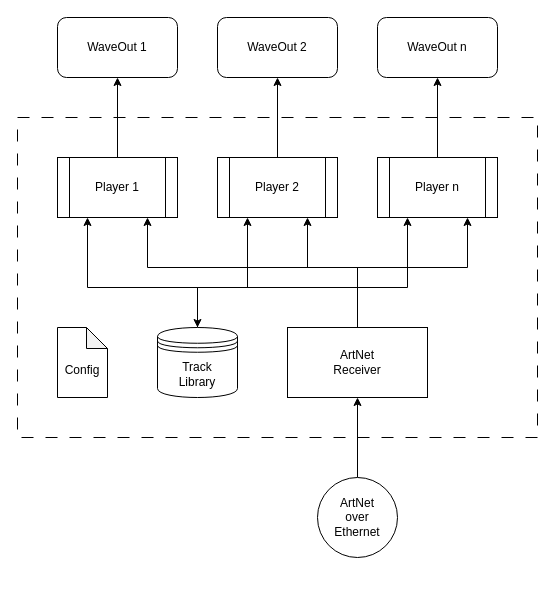
100prznt/ArtNetEventPlayer keeps this draw.io diagram as docu/overview.drawio. Above is the earlier version. Source tidied: cells renumbered, new cells numbered last; positions are measured from the earlier drawing's top-left corner, leaving out a move shared by most shapes. Both pictures are drawn from the tidied source at 100%, with x=0, y=0 at pixel (17, 17). Pictures stored in the file or linked from it are replaced by grey dashed boxes.
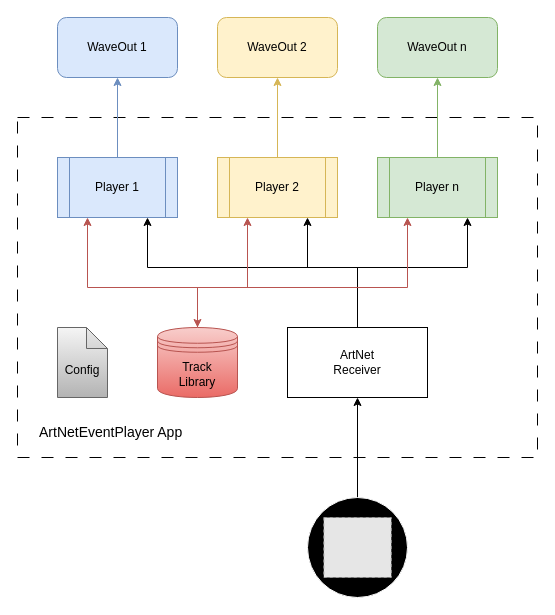
After the change.

Change to the diagram source:
```diff
@@
+    <mxCell id="21" style="whiteSpace=wrap;html=1;fillColor=none;dashed=1;dashPattern=12 12;" parent="1" vertex="1">
+      <mxGeometry y="100" width="520" height="340" as="geometry" />
+    </mxCell>
@@
-    <mxCell id="6" style="edgeStyle=orthogonalEdgeStyle;rounded=0;jettySize=auto;html=1;entryX=0.5;entryY=1;entryDx=0;entryDy=0;" parent="1" edge="1" source="7" target="18">
+    <mxCell id="6" style="edgeStyle=orthogonalEdgeStyle;rounded=0;jettySize=auto;html=1;entryX=0.5;entryY=1;entryDx=0;entryDy=0;fillColor=#dae8fc;gradientColor=#7ea6e0;strokeColor=#6c8ebf;" parent="1" edge="1" source="7" target="18">
       <mxGeometry relative="1" as="geometry" />
     </mxCell>
-    <mxCell id="7" value="Player 1" style="shape=process;whiteSpace=wrap;html=1;backgroundOutline=1;" parent="1" vertex="1">
+    <mxCell id="7" value="Player 1" style="shape=process;whiteSpace=wrap;html=1;backgroundOutline=1;fillColor=#dae8fc;strokeColor=#6c8ebf;" parent="1" vertex="1">
       <mxGeometry x="40" y="140" width="120" height="60" as="geometry" />
     </mxCell>
-    <mxCell id="8" style="edgeStyle=orthogonalEdgeStyle;rounded=0;jettySize=auto;html=1;entryX=0.25;entryY=1;entryDx=0;entryDy=0;" parent="1" edge="1" source="11" target="13">
+    <mxCell id="8" style="edgeStyle=orthogonalEdgeStyle;rounded=0;jettySize=auto;html=1;entryX=0.25;entryY=1;entryDx=0;entryDy=0;fillColor=#f8cecc;gradientColor=#ea6b66;strokeColor=#b85450;" parent="1" edge="1" source="11" target="13">
       <mxGeometry relative="1" as="geometry">
         <Array as="points">
           <mxPoint x="180" y="270" />
           <mxPoint x="230" y="270" />
         </Array>
       </mxGeometry>
     </mxCell>
-    <mxCell id="9" style="edgeStyle=orthogonalEdgeStyle;rounded=0;jettySize=auto;html=1;entryX=0.25;entryY=1;entryDx=0;entryDy=0;" parent="1" edge="1" source="11" target="7">
+    <mxCell id="9" style="edgeStyle=orthogonalEdgeStyle;rounded=0;jettySize=auto;html=1;entryX=0.25;entryY=1;entryDx=0;entryDy=0;fillColor=#f8cecc;gradientColor=#ea6b66;strokeColor=#b85450;" parent="1" edge="1" source="11" target="7">
       <mxGeometry relative="1" as="geometry">
         <Array as="points">
           <mxPoint x="180" y="270" />
           <mxPoint x="70" y="270" />
         </Array>
       </mxGeometry>
     </mxCell>
-    <mxCell id="10" style="edgeStyle=orthogonalEdgeStyle;rounded=0;jettySize=auto;html=1;entryX=0.25;entryY=1;entryDx=0;entryDy=0;startArrow=classic;startFill=1;" parent="1" edge="1" source="11" target="15">
+    <mxCell id="10" style="edgeStyle=orthogonalEdgeStyle;rounded=0;jettySize=auto;html=1;entryX=0.25;entryY=1;entryDx=0;entryDy=0;startArrow=classic;startFill=1;fillColor=#f8cecc;gradientColor=#ea6b66;strokeColor=#b85450;" parent="1" edge="1" source="11" target="15">
       <mxGeometry relative="1" as="geometry">
         <Array as="points">
           <mxPoint x="180" y="270" />
           <mxPoint x="390" y="270" />
         </Array>
       </mxGeometry>
     </mxCell>
-    <mxCell id="11" value="Track&lt;div&gt;Library&lt;/div&gt;" style="shape=datastore;whiteSpace=wrap;html=1;" parent="1" vertex="1">
+    <mxCell id="11" value="Track&lt;div&gt;Library&lt;/div&gt;" style="shape=datastore;whiteSpace=wrap;html=1;fillColor=#f8cecc;gradientColor=#ea6b66;strokeColor=#b85450;" parent="1" vertex="1">
       <mxGeometry x="140" y="310" width="80" height="70" as="geometry" />
     </mxCell>
-    <mxCell id="12" style="edgeStyle=orthogonalEdgeStyle;rounded=0;jettySize=auto;html=1;entryX=0.5;entryY=1;entryDx=0;entryDy=0;" parent="1" edge="1" source="13" target="19">
+    <mxCell id="12" style="edgeStyle=orthogonalEdgeStyle;rounded=0;jettySize=auto;html=1;entryX=0.5;entryY=1;entryDx=0;entryDy=0;fillColor=#fff2cc;gradientColor=#ffd966;strokeColor=#d6b656;" parent="1" edge="1" source="13" target="19">
       <mxGeometry relative="1" as="geometry" />
     </mxCell>
-    <mxCell id="13" value="Player 2" style="shape=process;whiteSpace=wrap;html=1;backgroundOutline=1;" parent="1" vertex="1">
+    <mxCell id="13" value="Player 2" style="shape=process;whiteSpace=wrap;html=1;backgroundOutline=1;fillColor=#fff2cc;strokeColor=#d6b656;" parent="1" vertex="1">
       <mxGeometry x="200" y="140" width="120" height="60" as="geometry" />
     </mxCell>
-    <mxCell id="14" style="edgeStyle=orthogonalEdgeStyle;rounded=0;jettySize=auto;html=1;entryX=0.5;entryY=1;entryDx=0;entryDy=0;" parent="1" edge="1" source="15" target="20">
+    <mxCell id="14" style="edgeStyle=orthogonalEdgeStyle;rounded=0;jettySize=auto;html=1;entryX=0.5;entryY=1;entryDx=0;entryDy=0;fillColor=#d5e8d4;gradientColor=#97d077;strokeColor=#82b366;" parent="1" edge="1" source="15" target="20">
       <mxGeometry relative="1" as="geometry" />
     </mxCell>
-    <mxCell id="15" value="Player n" style="shape=process;whiteSpace=wrap;html=1;backgroundOutline=1;" parent="1" vertex="1">
+    <mxCell id="15" value="Player n" style="shape=process;whiteSpace=wrap;html=1;backgroundOutline=1;fillColor=#d5e8d4;strokeColor=#82b366;" parent="1" vertex="1">
       <mxGeometry x="360" y="140" width="120" height="60" as="geometry" />
     </mxCell>
@@
-    <mxCell id="17" value="ArtNet&lt;div&gt;over&lt;/div&gt;&lt;div&gt;Ethernet&lt;/div&gt;" style="ellipse;whiteSpace=wrap;html=1;" parent="1" vertex="1">
-      <mxGeometry x="300" y="460" width="80" height="80" as="geometry" />
+    <mxCell id="17" style="ellipse;whiteSpace=wrap;html=1;fillStyle=solid;fillColor=#000000;gradientColor=none;strokeColor=#FFFFFF;" parent="1" vertex="1">
+      <mxGeometry x="290" y="480" width="100" height="100" as="geometry" />
     </mxCell>
-    <mxCell id="18" value="WaveOut 1" style="rounded=1;whiteSpace=wrap;html=1;" parent="1" vertex="1">
+    <mxCell id="18" value="WaveOut 1" style="rounded=1;whiteSpace=wrap;html=1;fillColor=#dae8fc;strokeColor=#6c8ebf;" parent="1" vertex="1">
       <mxGeometry x="40" width="120" height="60" as="geometry" />
     </mxCell>
-    <mxCell id="19" value="WaveOut 2" style="rounded=1;whiteSpace=wrap;html=1;" parent="1" vertex="1">
+    <mxCell id="19" value="WaveOut 2" style="rounded=1;whiteSpace=wrap;html=1;fillColor=#fff2cc;strokeColor=#d6b656;" parent="1" vertex="1">
       <mxGeometry x="200" width="120" height="60" as="geometry" />
     </mxCell>
-    <mxCell id="20" value="WaveOut n" style="rounded=1;whiteSpace=wrap;html=1;" parent="1" vertex="1">
+    <mxCell id="20" value="WaveOut n" style="rounded=1;whiteSpace=wrap;html=1;fillColor=#d5e8d4;strokeColor=#82b366;" parent="1" vertex="1">
       <mxGeometry x="360" width="120" height="60" as="geometry" />
     </mxCell>
-    <mxCell id="21" style="whiteSpace=wrap;html=1;fillColor=none;dashed=1;dashPattern=12 12;" parent="1" vertex="1">
-      <mxGeometry y="100" width="520" height="320" as="geometry" />
-    </mxCell>
-    <mxCell id="22" value="&lt;div&gt;&lt;br&gt;&lt;/div&gt;&lt;div&gt;Config&lt;/div&gt;" style="shape=note;whiteSpace=wrap;html=1;backgroundOutline=1;darkOpacity=0.05;size=21;" parent="1" vertex="1">
+    <mxCell id="22" value="&lt;div&gt;&lt;br&gt;&lt;/div&gt;&lt;div&gt;Config&lt;/div&gt;" style="shape=note;whiteSpace=wrap;html=1;backgroundOutline=1;darkOpacity=0.05;size=21;fillColor=#f5f5f5;gradientColor=#b3b3b3;strokeColor=#666666;" parent="1" vertex="1">
       <mxGeometry x="40" y="310" width="50" height="70" as="geometry" />
     </mxCell>
+    <mxCell id="23" style="fillColor=#E6E6E6;strokeColor=#999999;dashed=1;verticalLabelPosition=bottom;labelBackgroundColor=default;verticalAlign=top;" parent="1" vertex="1">
+      <mxGeometry x="306.3" y="500" width="67.5" height="60" as="geometry" />
+    </mxCell>
+    <mxCell id="24" value="ArtNetEventPlayer App" style="text;strokeColor=none;align=left;fillColor=none;html=1;verticalAlign=middle;whiteSpace=wrap;rounded=0;fontSize=14;" parent="1" vertex="1">
+      <mxGeometry x="20" y="400" width="190" height="30" as="geometry" />
+    </mxCell>
```
